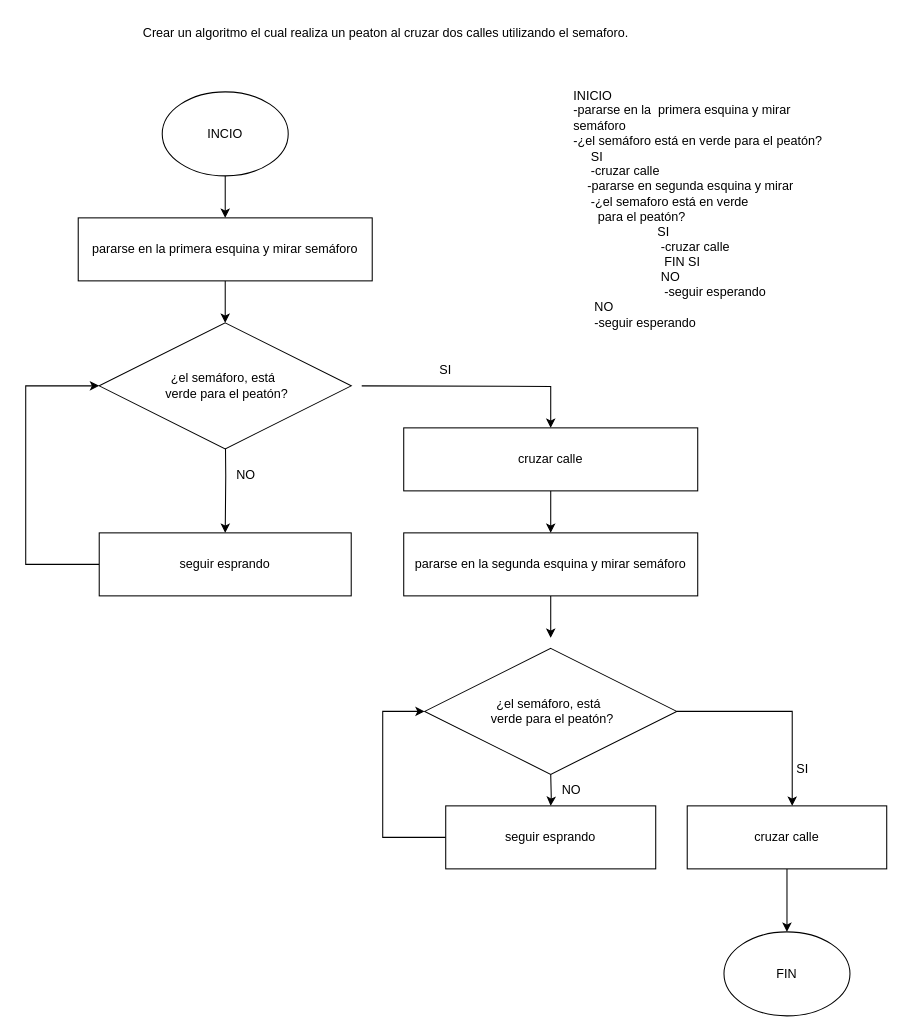
Above: EGEGIT-Valente/diagrama semaforo.drawio in ajjvalente/programacion1 (draw.io), before the change. Source tidied: cells renumbered, new cells numbered last; positions are measured from the earlier drawing's top-left corner, leaving out a move shared by most shapes. Both pictures are drawn from the tidied source at 105%, with x=0, y=0 at pixel (25, 18).
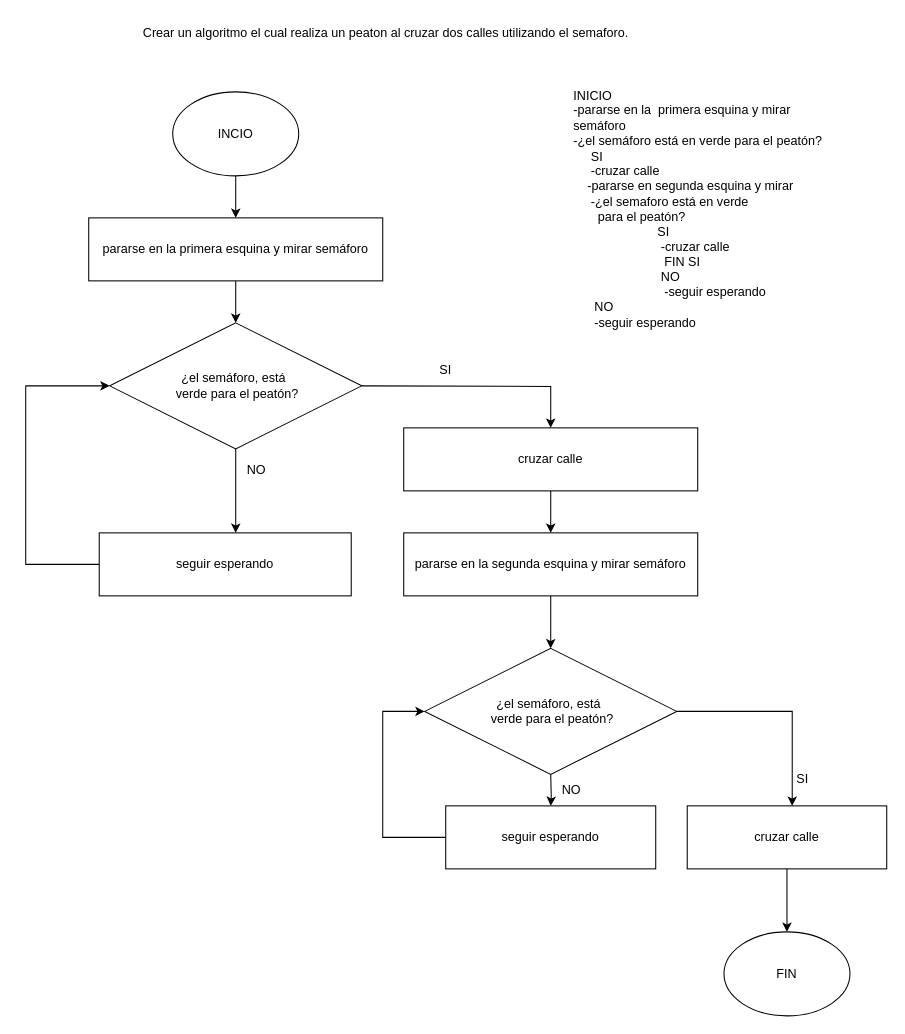
After the change.

Unchanged cells that the change refers to:
```xml
<mxCell id="13" value="pararse en la segunda esquina y mirar semáforo" style="whiteSpace=wrap;html=1;" parent="1" vertex="1">
  <mxGeometry x="360" y="490" width="280" height="60" as="geometry" />
</mxCell>
<mxCell id="28" value="¿el semáforo, está&amp;nbsp;&lt;br&gt;&amp;nbsp;verde para el peatón?" style="rhombus;whiteSpace=wrap;html=1;" parent="1" vertex="1">
  <mxGeometry x="380" y="600" width="240" height="120" as="geometry" />
</mxCell>
```

The edit, as a diff of the source:
```diff
@@
     <mxCell id="5" value="INCIO" style="ellipse;whiteSpace=wrap;html=1;" parent="1" vertex="1">
-      <mxGeometry x="130" y="70" width="120" height="80" as="geometry" />
+      <mxGeometry x="140" y="70" width="120" height="80" as="geometry" />
     </mxCell>
@@
     <mxCell id="7" value="pararse en la primera esquina y mirar semáforo" style="whiteSpace=wrap;html=1;" parent="1" vertex="1">
-      <mxGeometry x="50" y="190" width="280" height="60" as="geometry" />
+      <mxGeometry x="60" y="190" width="280" height="60" as="geometry" />
     </mxCell>
@@
-    <mxCell id="9" style="edgeStyle=orthogonalEdgeStyle;rounded=0;jettySize=auto;html=1;" parent="1" edge="1" target="16">
+    <mxCell id="9" style="edgeStyle=orthogonalEdgeStyle;rounded=0;jettySize=auto;html=1;exitX=0.5;exitY=1;exitDx=0;exitDy=0;" parent="1" edge="1" source="26" target="16">
       <mxGeometry relative="1" as="geometry">
-        <mxPoint x="190" y="380" as="sourcePoint" />
+        <Array as="points">
+          <mxPoint x="200" y="440" />
+          <mxPoint x="200" y="440" />
+        </Array>
       </mxGeometry>
     </mxCell>
@@
-    <mxCell id="12" style="edgeStyle=orthogonalEdgeStyle;rounded=0;jettySize=auto;html=1;" parent="1" edge="1" source="13">
-      <mxGeometry relative="1" as="geometry">
-        <mxPoint x="500" y="590" as="targetPoint" />
-      </mxGeometry>
+    <mxCell id="12" style="edgeStyle=orthogonalEdgeStyle;rounded=0;jettySize=auto;html=1;entryX=0.5;entryY=0;entryDx=0;entryDy=0;" parent="1" edge="1" source="13" target="28">
+      <mxGeometry relative="1" as="geometry" />
     </mxCell>
@@
-    <mxCell id="16" value="seguir esprando" style="whiteSpace=wrap;html=1;" parent="1" vertex="1">
+    <mxCell id="16" value="seguir esperando" style="whiteSpace=wrap;html=1;" parent="1" vertex="1">
       <mxGeometry x="70" y="490" width="240" height="60" as="geometry" />
     </mxCell>
     <mxCell id="17" value="NO" style="text;html=1;strokeColor=none;fillColor=none;align=center;verticalAlign=middle;whiteSpace=wrap;rounded=0;" parent="1" vertex="1">
-      <mxGeometry x="180" y="420" width="60" height="30" as="geometry" />
+      <mxGeometry x="200" y="420" width="40" height="20" as="geometry" />
     </mxCell>
@@
     <mxCell id="21" value="SI" style="text;html=1;strokeColor=none;fillColor=none;align=center;verticalAlign=middle;whiteSpace=wrap;rounded=0;" parent="1" vertex="1">
-      <mxGeometry x="710" y="700" width="60" height="30" as="geometry" />
+      <mxGeometry x="710" y="710" width="60" height="30" as="geometry" />
     </mxCell>
@@
-    <mxCell id="25" value="seguir esprando" style="whiteSpace=wrap;html=1;" parent="1" vertex="1">
+    <mxCell id="25" value="seguir esperando" style="whiteSpace=wrap;html=1;" parent="1" vertex="1">
       <mxGeometry x="400" y="750" width="200" height="60" as="geometry" />
     </mxCell>
     <mxCell id="26" value="¿el semáforo, está&amp;nbsp;&lt;br&gt;&amp;nbsp;verde para el peatón?" style="rhombus;whiteSpace=wrap;html=1;" parent="1" vertex="1">
-      <mxGeometry x="70" y="290" width="240" height="120" as="geometry" />
+      <mxGeometry x="80" y="290" width="240" height="120" as="geometry" />
     </mxCell>
```
